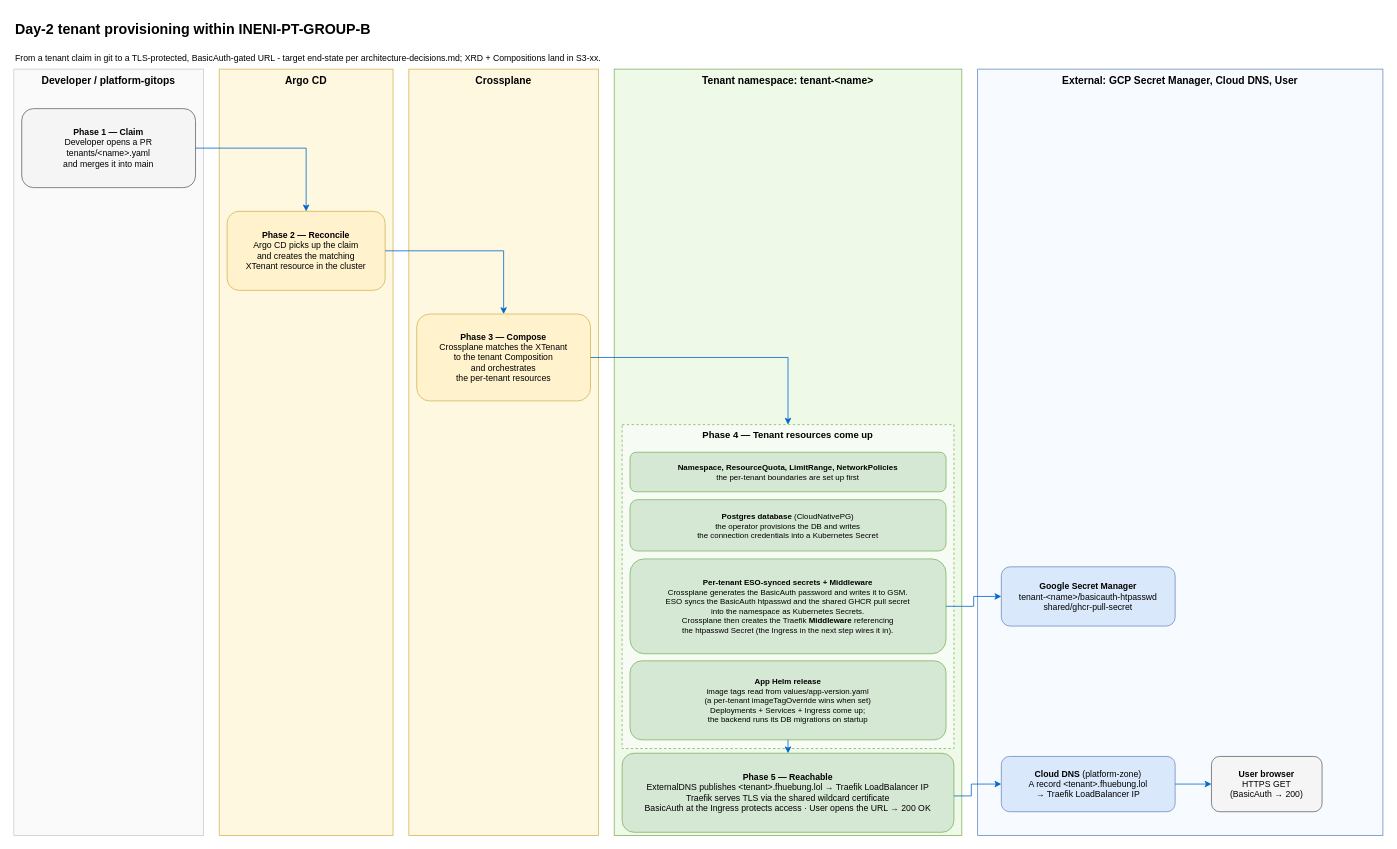
This is docs/architecture/day2-tenant-provisioning.drawio from INENI-PT-GROUP-B/platform, a draw.io file, before an edit. Source tidied: cells renumbered, new cells numbered last; positions are measured from the earlier drawing's top-left corner, leaving out a move shared by most shapes. Both pictures are drawn from the tidied source at 79%, with x=0, y=0 at pixel (13, 13).
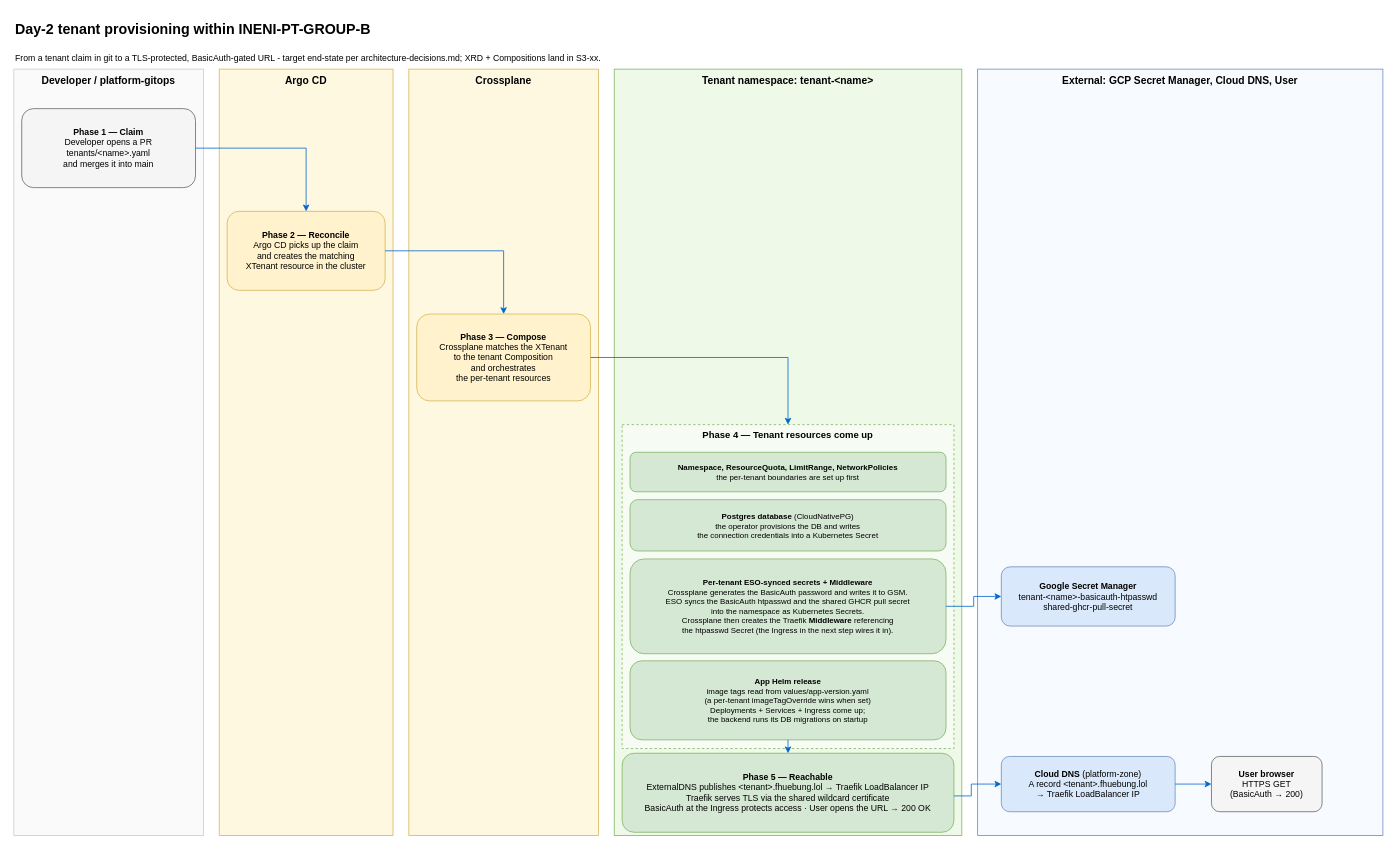
Above is the later version.

Change to the diagram source:
```diff
@@
-    <mxCell id="18" value="&lt;b&gt;Google Secret Manager&lt;/b&gt;&lt;br&gt;tenant-&amp;lt;name&amp;gt;/basicauth-htpasswd&lt;br&gt;shared/ghcr-pull-secret" style="rounded=1;whiteSpace=wrap;html=1;fontSize=11;fillColor=#dae8fc;strokeColor=#6c8ebf;dashed=0;verticalAlign=middle;align=center;" parent="1" vertex="1">
+    <mxCell id="18" value="&lt;b&gt;Google Secret Manager&lt;/b&gt;&lt;br&gt;tenant-&amp;lt;name&amp;gt;-basicauth-htpasswd&lt;br&gt;shared-ghcr-pull-secret" style="rounded=1;whiteSpace=wrap;html=1;fontSize=11;fillColor=#dae8fc;strokeColor=#6c8ebf;dashed=0;verticalAlign=middle;align=center;" parent="1" vertex="1">
       <mxGeometry x="1250" y="700" width="220" height="75" as="geometry" />
     </mxCell>
```
